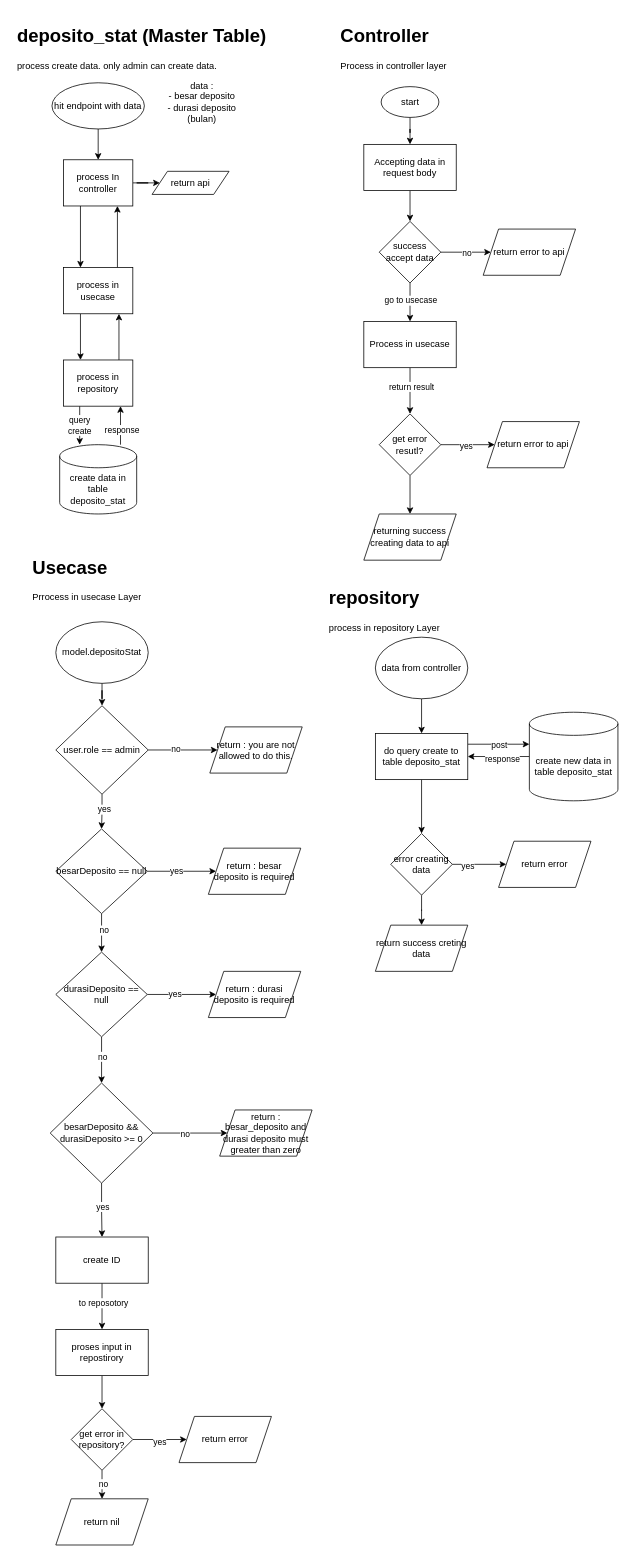
Earlier version of the draw.io diagram page "Create" (1 of 3) of deposito_stat.drawio (MasEBTa/drawio). Source tidied: cells renumbered, new cells numbered last; positions are measured from the earlier drawing's top-left corner, leaving out a move shared by most shapes. Both pictures are drawn from the tidied source at 77%, with x=0, y=0 at pixel (13, 21).
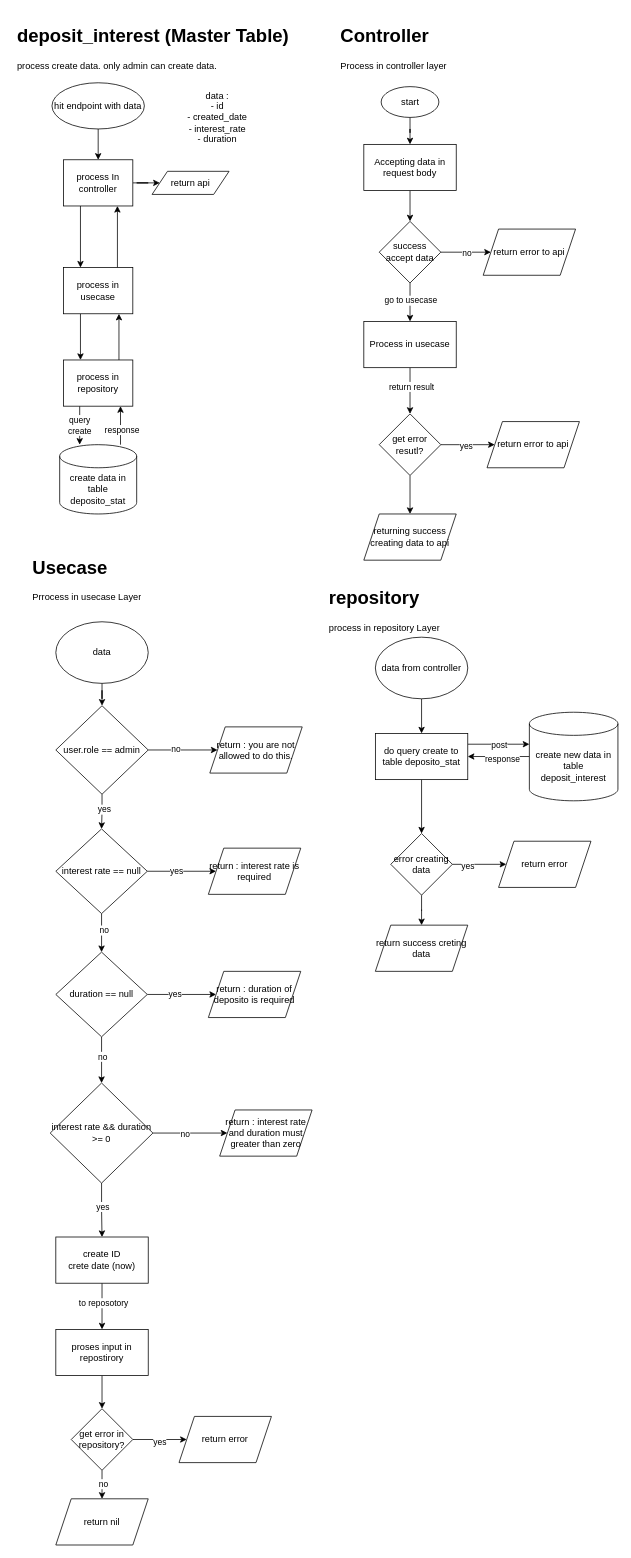
After the change.

Change to the diagram source:
```diff
@@
-    <mxCell id="2" value="&lt;h1&gt;deposito_stat (Master Table)&lt;/h1&gt;&lt;div&gt;process create data. only admin can create data.&lt;/div&gt;" style="text;html=1;strokeColor=none;fillColor=none;spacing=5;spacingTop=-20;whiteSpace=wrap;overflow=hidden;rounded=0;" parent="1" vertex="1">
+    <mxCell id="2" value="&lt;h1&gt;deposit_interest (Master Table)&lt;/h1&gt;&lt;div&gt;process create data. only admin can create data.&lt;/div&gt;" style="text;html=1;strokeColor=none;fillColor=none;spacing=5;spacingTop=-20;whiteSpace=wrap;overflow=hidden;rounded=0;" parent="1" vertex="1">
       <mxGeometry width="370" height="70" as="geometry" />
     </mxCell>
@@
-    <mxCell id="8" value="data :&lt;br&gt;- besar deposito&lt;br&gt;- durasi deposito (bulan)" style="text;html=1;strokeColor=none;fillColor=none;align=center;verticalAlign=middle;whiteSpace=wrap;rounded=0;" parent="1" vertex="1">
-      <mxGeometry x="180" y="90" width="130" height="30" as="geometry" />
+    <mxCell id="8" value="data :&lt;br&gt;- id&lt;br style=&quot;border-color: var(--border-color);&quot;&gt;- created_date&lt;br style=&quot;border-color: var(--border-color);&quot;&gt;- interest_rate&lt;br style=&quot;border-color: var(--border-color);&quot;&gt;- duration" style="text;html=1;strokeColor=none;fillColor=none;align=center;verticalAlign=middle;whiteSpace=wrap;rounded=0;" parent="1" vertex="1">
+      <mxGeometry x="190" y="110" width="150" height="30" as="geometry" />
     </mxCell>
@@
-    <mxCell id="42" value="model.depositoStat" style="ellipse;whiteSpace=wrap;html=1;" parent="1" vertex="1">
+    <mxCell id="42" value="data" style="ellipse;whiteSpace=wrap;html=1;" parent="1" vertex="1">
       <mxGeometry x="55" y="780" width="120" height="80" as="geometry" />
     </mxCell>
@@
-    <mxCell id="47" value="besarDeposito == null" style="rhombus;whiteSpace=wrap;html=1;" parent="1" vertex="1">
+    <mxCell id="47" value="interest rate == null" style="rhombus;whiteSpace=wrap;html=1;" parent="1" vertex="1">
       <mxGeometry x="55" y="1049" width="118.8" height="110" as="geometry" />
     </mxCell>
-    <mxCell id="48" value="return : besar deposito is required" style="shape=parallelogram;perimeter=parallelogramPerimeter;whiteSpace=wrap;html=1;fixedSize=1;" parent="1" vertex="1">
+    <mxCell id="48" value="return : interest rate is required" style="shape=parallelogram;perimeter=parallelogramPerimeter;whiteSpace=wrap;html=1;fixedSize=1;" parent="1" vertex="1">
       <mxGeometry x="253.1" y="1074" width="120" height="60" as="geometry" />
     </mxCell>
@@
-    <mxCell id="53" value="durasiDeposito == null" style="rhombus;whiteSpace=wrap;html=1;" parent="1" vertex="1">
+    <mxCell id="53" value="duration == null" style="rhombus;whiteSpace=wrap;html=1;" parent="1" vertex="1">
       <mxGeometry x="55" y="1209" width="118.8" height="110" as="geometry" />
     </mxCell>
-    <mxCell id="54" value="return : durasi deposito is required" style="shape=parallelogram;perimeter=parallelogramPerimeter;whiteSpace=wrap;html=1;fixedSize=1;" parent="1" vertex="1">
+    <mxCell id="54" value="return : duration of deposito is required" style="shape=parallelogram;perimeter=parallelogramPerimeter;whiteSpace=wrap;html=1;fixedSize=1;" parent="1" vertex="1">
       <mxGeometry x="253.1" y="1234" width="120" height="60" as="geometry" />
     </mxCell>
@@
-    <mxCell id="59" value="besarDeposito &amp;amp;&amp;amp; durasiDeposito &amp;gt;= 0" style="rhombus;whiteSpace=wrap;html=1;" parent="1" vertex="1">
+    <mxCell id="59" value="interest rate &amp;amp;&amp;amp; duration &amp;gt;= 0" style="rhombus;whiteSpace=wrap;html=1;" parent="1" vertex="1">
       <mxGeometry x="47.7" y="1379" width="133.4" height="130" as="geometry" />
     </mxCell>
-    <mxCell id="60" value="return : besar_deposito and durasi deposito must greater than zero" style="shape=parallelogram;perimeter=parallelogramPerimeter;whiteSpace=wrap;html=1;fixedSize=1;" parent="1" vertex="1">
+    <mxCell id="60" value="return : interest rate and duration must greater than zero" style="shape=parallelogram;perimeter=parallelogramPerimeter;whiteSpace=wrap;html=1;fixedSize=1;" parent="1" vertex="1">
       <mxGeometry x="267.8" y="1414" width="120" height="60" as="geometry" />
     </mxCell>
@@
-    <mxCell id="79" value="create ID" style="rounded=0;whiteSpace=wrap;html=1;" parent="1" vertex="1">
+    <mxCell id="79" value="create ID&lt;br&gt;crete date (now)" style="rounded=0;whiteSpace=wrap;html=1;" parent="1" vertex="1">
       <mxGeometry x="55" y="1579" width="120" height="60" as="geometry" />
     </mxCell>
@@
-    <mxCell id="82" value="create new data in table deposito_stat" style="shape=cylinder3;whiteSpace=wrap;html=1;boundedLbl=1;backgroundOutline=1;size=15;" parent="1" vertex="1">
+    <mxCell id="82" value="create new data in table deposit_interest" style="shape=cylinder3;whiteSpace=wrap;html=1;boundedLbl=1;backgroundOutline=1;size=15;" parent="1" vertex="1">
       <mxGeometry x="670" y="897.5" width="115" height="115" as="geometry" />
     </mxCell>
```
